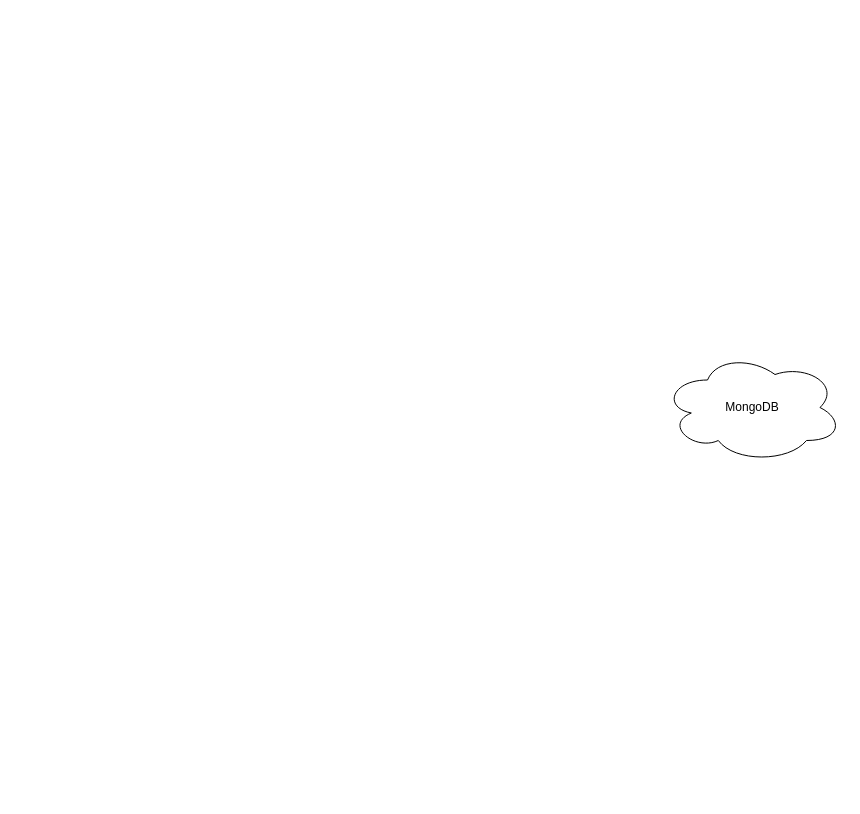
Earlier version of the draw.io diagram docs/Untitled Diagram.drawio (robertvigorito/py-alfred). Source tidied: cells renumbered, new cells numbered last; positions are measured from the earlier drawing's top-left corner, leaving out a move shared by most shapes. Both pictures are drawn from the tidied source at 100%, with x=0, y=0 at pixel (662, 352).
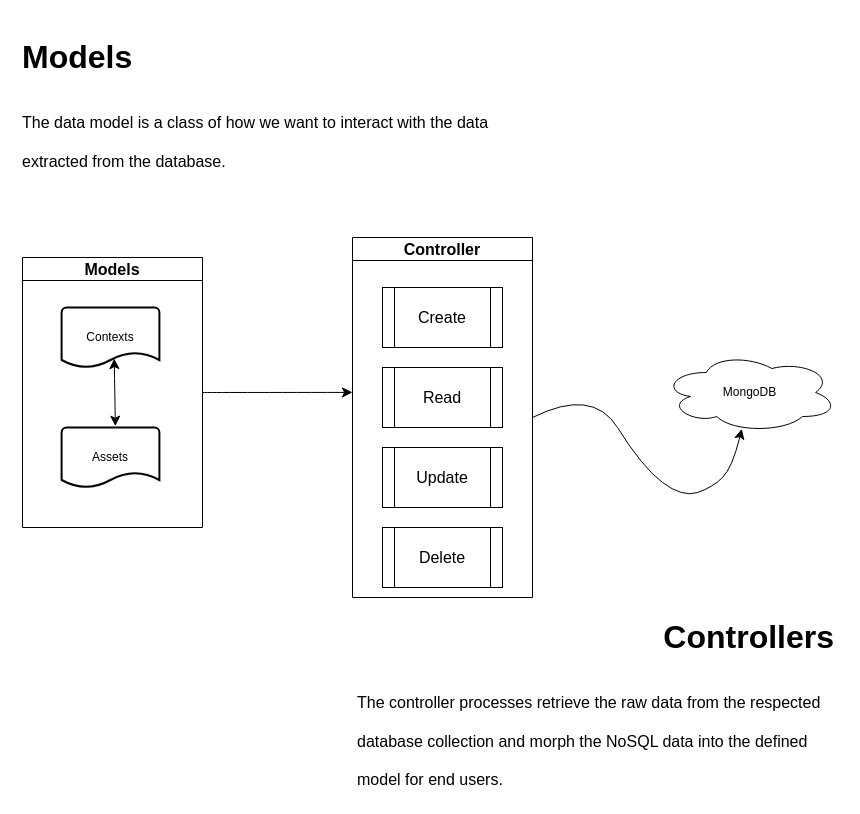
The same diagram, later.

What changed in the source:
```diff
@@
     <mxCell id="2" value="MongoDB" style="ellipse;shape=cloud;whiteSpace=wrap;html=1;" parent="1" vertex="1">
-      <mxGeometry width="180" height="110" as="geometry" />
+      <mxGeometry width="175" height="80" as="geometry" />
     </mxCell>
+    <mxCell id="3" style="group;" parent="1" vertex="1">
+      <mxGeometry x="-640" y="-95" width="180" height="270" as="geometry" />
+    </mxCell>
+    <mxCell id="4" value="Contexts" style="strokeWidth=2;html=1;shape=mxgraph.flowchart.document2;whiteSpace=wrap;size=0.25;" parent="3" vertex="1">
+      <mxGeometry x="39.1" y="50" width="97.8" height="60" as="geometry" />
+    </mxCell>
+    <mxCell id="5" value="Assets" style="strokeWidth=2;html=1;shape=mxgraph.flowchart.document2;whiteSpace=wrap;size=0.25;" parent="3" vertex="1">
+      <mxGeometry x="39.1" y="170" width="97.8" height="60" as="geometry" />
+    </mxCell>
+    <mxCell id="6" style="endArrow=classic;startArrow=classic;html=1;rounded=0;fontSize=12;startSize=8;endSize=8;curved=1;exitX=0.55;exitY=-0.022;exitDx=0;exitDy=0;exitPerimeter=0;entryX=0.538;entryY=0.851;entryDx=0;entryDy=0;entryPerimeter=0;" parent="3" edge="1" source="5" target="4">
+      <mxGeometry relative="1" as="geometry" />
+    </mxCell>
+    <mxCell id="7" style="edgeStyle=none;curved=1;rounded=0;jettySize=auto;html=1;exitX=1;exitY=0.5;exitDx=0;exitDy=0;fontSize=12;startSize=8;endSize=8;" parent="3" edge="1" source="8">
+      <mxGeometry relative="1" as="geometry">
+        <mxPoint x="330" y="134.9" as="targetPoint" />
+      </mxGeometry>
+    </mxCell>
+    <mxCell id="8" value="Models" style="swimlane;whiteSpace=wrap;html=1;fontSize=16;startSize=23;" parent="3" vertex="1">
+      <mxGeometry width="180" height="270" as="geometry" />
+    </mxCell>
+    <mxCell id="9" style="edgeStyle=none;curved=1;rounded=0;jettySize=auto;html=1;entryX=0.453;entryY=0.954;entryDx=0;entryDy=0;entryPerimeter=0;fontSize=12;startSize=8;endSize=8;exitX=1;exitY=0.5;exitDx=0;exitDy=0;" parent="1" edge="1" source="10" target="2">
+      <mxGeometry relative="1" as="geometry">
+        <Array as="points">
+          <mxPoint x="-70" y="35" />
+          <mxPoint x="-20" y="115" />
+          <mxPoint x="20" y="145" />
+          <mxPoint x="50" y="135" />
+          <mxPoint x="70" y="115" />
+        </Array>
+      </mxGeometry>
+    </mxCell>
+    <mxCell id="10" value="Controller" style="swimlane;whiteSpace=wrap;html=1;fontSize=16;" parent="1" vertex="1">
+      <mxGeometry x="-310" y="-115" width="180" height="360" as="geometry" />
+    </mxCell>
+    <mxCell id="11" value="Create" style="shape=process;whiteSpace=wrap;html=1;backgroundOutline=1;fontSize=16;" parent="10" vertex="1">
+      <mxGeometry x="30" y="50" width="120" height="60" as="geometry" />
+    </mxCell>
+    <mxCell id="12" value="Read" style="shape=process;whiteSpace=wrap;html=1;backgroundOutline=1;fontSize=16;" parent="10" vertex="1">
+      <mxGeometry x="30" y="130" width="120" height="60" as="geometry" />
+    </mxCell>
+    <mxCell id="13" value="Update" style="shape=process;whiteSpace=wrap;html=1;backgroundOutline=1;fontSize=16;" parent="10" vertex="1">
+      <mxGeometry x="30" y="210" width="120" height="60" as="geometry" />
+    </mxCell>
+    <mxCell id="14" value="Delete" style="shape=process;whiteSpace=wrap;html=1;backgroundOutline=1;fontSize=16;" parent="10" vertex="1">
+      <mxGeometry x="30" y="290" width="120" height="60" as="geometry" />
+    </mxCell>
+    <mxCell id="15" value="&lt;h1&gt;&lt;span style=&quot;background-color: initial;&quot;&gt;Models&lt;/span&gt;&lt;/h1&gt;&lt;h1&gt;&lt;span style=&quot;font-size: 16px; font-weight: 400;&quot;&gt;The data model is a class of how we want to interact with the data extracted from the database.&amp;nbsp;&lt;/span&gt;&lt;/h1&gt;" style="text;html=1;strokeColor=none;fillColor=none;spacing=5;spacingTop=-20;whiteSpace=wrap;overflow=hidden;rounded=0;fontSize=16;" parent="1" vertex="1">
+      <mxGeometry x="-645" y="-325" width="485" height="170" as="geometry" />
+    </mxCell>
+    <mxCell id="16" value="&lt;h1 style=&quot;text-align: right;&quot;&gt;&lt;span style=&quot;background-color: initial;&quot;&gt;Controllers&lt;/span&gt;&lt;/h1&gt;&lt;h1&gt;&lt;span style=&quot;font-size: 16px; font-weight: 400;&quot;&gt;The controller processes retrieve the raw data from the respected database collection and morph the NoSQL data into the defined model for end users.&amp;nbsp;&lt;/span&gt;&lt;/h1&gt;" style="text;html=1;strokeColor=none;fillColor=none;spacing=5;spacingTop=-20;whiteSpace=wrap;overflow=hidden;rounded=0;fontSize=16;flipV=0;flipH=1;" parent="1" vertex="1">
+      <mxGeometry x="-310" y="255" width="485" height="190" as="geometry" />
+    </mxCell>
```
